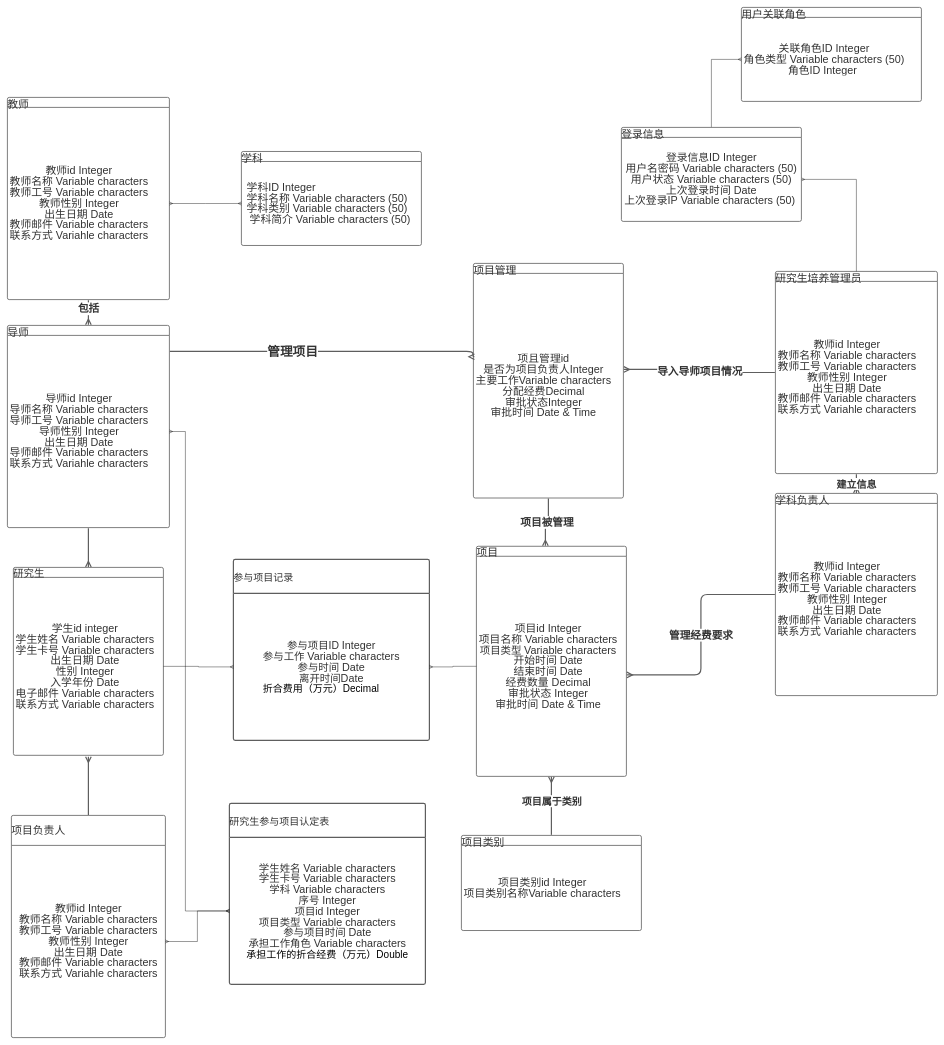
Earlier version of the draw.io diagram Untitled Diagram.drawio (fafaface/bmptool). Source tidied: cells renumbered, new cells numbered last; positions are measured from the earlier drawing's top-left corner, leaving out a move shared by most shapes. Both pictures are drawn from the tidied source at 40%, with x=0, y=0 at pixel (7, 7).
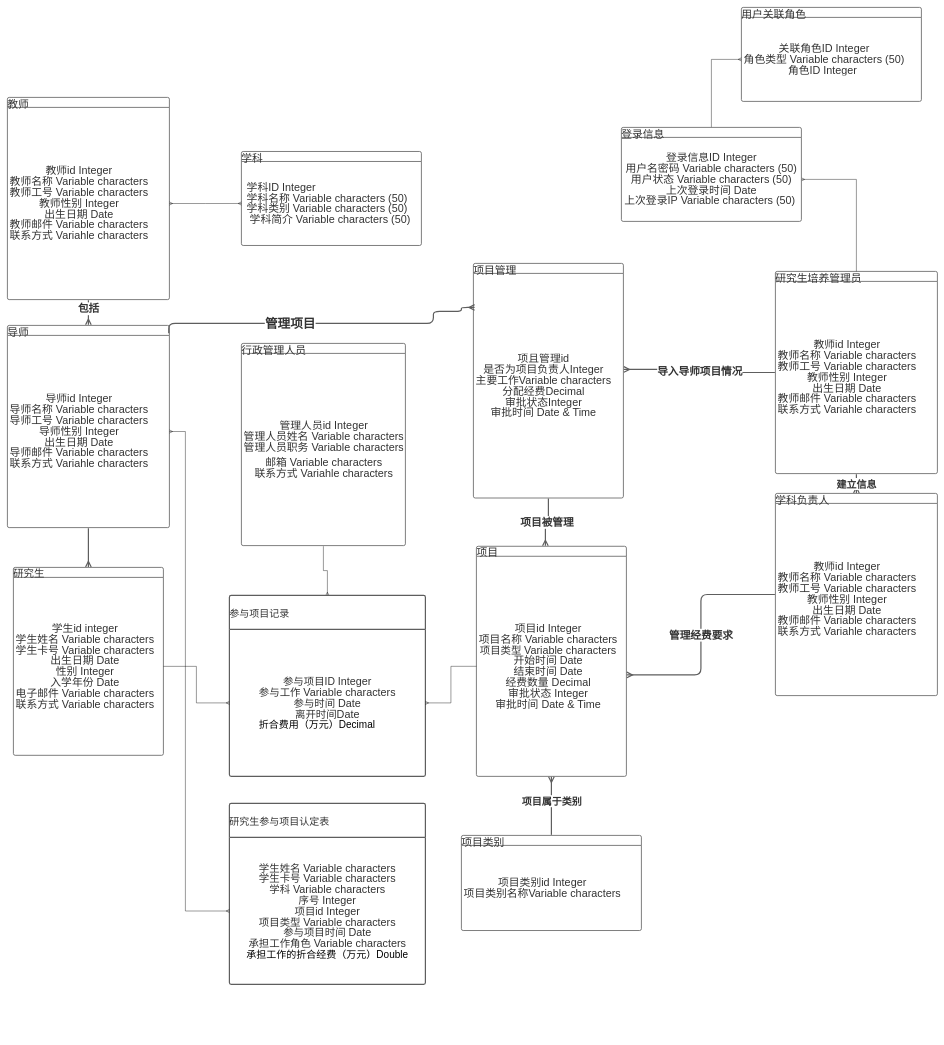
Above is the later version.

Unchanged cells that the change refers to:
```xml
<mxCell id="9" value="&lt;div style=&quot;display: flex; justify-content: center; text-align: center; align-items: baseline; font-size: 0; line-height: 1;&quot;&gt;&lt;span style=&quot;font-size:11px;&quot;&gt;&lt;span style=&quot;font-size:27px;color:#333333;&quot;&gt;项且管理id&#10;&lt;/span&gt;&lt;/span&gt;&lt;/div&gt;&lt;div style=&quot;display: flex; justify-content: center; text-align: center; align-items: baseline; font-size: 0; line-height: 1;&quot;&gt;&lt;span style=&quot;font-size:11px;&quot;&gt;&lt;span style=&quot;font-size:27px;color:#333333;&quot;&gt;是否为项目负责人Integer&#10;&lt;/span&gt;&lt;/span&gt;&lt;/div&gt;&lt;div style=&quot;display: flex; justify-content: center; text-align: center; align-items: baseline; font-size: 0; line-height: 1;&quot;&gt;&lt;span style=&quot;font-size:11px;&quot;&gt;&lt;span style=&quot;font-size:27px;color:#333333;&quot;&gt;主要工作Variable characters &#10;&lt;/span&gt;&lt;/span&gt;&lt;/div&gt;&lt;div style=&quot;display: flex; justify-content: center; text-align: center; align-items: baseline; font-size: 0; line-height: 1;&quot;&gt;&lt;span style=&quot;font-size:11px;&quot;&gt;&lt;span style=&quot;font-size:27px;color:#333333;&quot;&gt;分配经费Decimal&#10;&lt;/span&gt;&lt;/span&gt;&lt;/div&gt;&lt;div style=&quot;display: flex; justify-content: center; text-align: center; align-items: baseline; font-size: 0; line-height: 1;&quot;&gt;&lt;span style=&quot;font-size:11px;&quot;&gt;&lt;span style=&quot;font-size:27px;color:#333333;&quot;&gt;审批状态Integer &#10;&lt;/span&gt;&lt;/span&gt;&lt;/div&gt;&lt;div style=&quot;display: flex; justify-content: center; text-align: center; align-items: baseline; font-size: 0; line-height: 1;&quot;&gt;&lt;span style=&quot;font-size:11px;&quot;&gt;&lt;span style=&quot;font-size:27px;color:#333333;&quot;&gt;审批时间 Date &amp; Time&lt;/span&gt;&lt;/span&gt;&lt;/div&gt;" style="html=1;strokeColor=none;fillColor=none;align=left;verticalAlign=middle;spacingLeft=4;spacingRight=4;overflow=hidden;points=[[0,0.5],[1,0.5]];portConstraint=eastwest;swimlaneFillColor=#ffffff;strokeOpacity=100;fontSize=27;fontColor=#333333;" parent="8" vertex="1">
  <mxGeometry y="25" width="375" height="561.5" as="geometry" />
</mxCell>
<mxCell id="11" value="&lt;div style=&quot;display: flex; justify-content: center; text-align: center; align-items: baseline; font-size: 0; line-height: 1;&quot;&gt;&lt;span style=&quot;font-size:11px;&quot;&gt;&lt;span style=&quot;font-size:27px;color:#333333;&quot;&gt;学生id integer&#10;&lt;/span&gt;&lt;/span&gt;&lt;/div&gt;&lt;div style=&quot;display: flex; justify-content: center; text-align: center; align-items: baseline; font-size: 0; line-height: 1;&quot;&gt;&lt;span style=&quot;font-size:11px;&quot;&gt;&lt;span style=&quot;font-size:27px;color:#333333;&quot;&gt;学生姓名 Variable characters&#10;&lt;/span&gt;&lt;/span&gt;&lt;/div&gt;&lt;div style=&quot;display: flex; justify-content: center; text-align: center; align-items: baseline; font-size: 0; line-height: 1;&quot;&gt;&lt;span style=&quot;font-size:11px;&quot;&gt;&lt;span style=&quot;font-size:27px;color:#333333;&quot;&gt;学生卡号 Variable characters &#10;&lt;/span&gt;&lt;/span&gt;&lt;/div&gt;&lt;div style=&quot;display: flex; justify-content: center; text-align: center; align-items: baseline; font-size: 0; line-height: 1;&quot;&gt;&lt;span style=&quot;font-size:11px;&quot;&gt;&lt;span style=&quot;font-size:27px;color:#333333;&quot;&gt;出生日期 Date&#10;&lt;/span&gt;&lt;/span&gt;&lt;/div&gt;&lt;div style=&quot;display: flex; justify-content: center; text-align: center; align-items: baseline; font-size: 0; line-height: 1;&quot;&gt;&lt;span style=&quot;font-size:11px;&quot;&gt;&lt;span style=&quot;font-size:27px;color:#333333;&quot;&gt;性别 Integer&#10;&lt;/span&gt;&lt;/span&gt;&lt;/div&gt;&lt;div style=&quot;display: flex; justify-content: center; text-align: center; align-items: baseline; font-size: 0; line-height: 1;&quot;&gt;&lt;span style=&quot;font-size:11px;&quot;&gt;&lt;span style=&quot;font-size:27px;color:#333333;&quot;&gt;入学年份 Date&#10;&lt;/span&gt;&lt;/span&gt;&lt;/div&gt;&lt;div style=&quot;display: flex; justify-content: center; text-align: center; align-items: baseline; font-size: 0; line-height: 1;&quot;&gt;&lt;span style=&quot;font-size:11px;&quot;&gt;&lt;span style=&quot;font-size:27px;color:#333333;&quot;&gt;电子邮件 Variable characters&#10;&lt;/span&gt;&lt;/span&gt;&lt;/div&gt;&lt;div style=&quot;display: flex; justify-content: center; text-align: center; align-items: baseline; font-size: 0; line-height: 1;&quot;&gt;&lt;span style=&quot;font-size:11px;&quot;&gt;&lt;span style=&quot;font-size:27px;color:#333333;&quot;&gt;联系方式 Variable characters&lt;/span&gt;&lt;/span&gt;&lt;/div&gt;" style="html=1;strokeColor=none;fillColor=none;align=left;verticalAlign=middle;spacingLeft=4;spacingRight=4;overflow=hidden;points=[[0,0.5],[1,0.5]];portConstraint=eastwest;swimlaneFillColor=#ffffff;strokeOpacity=100;fontSize=27;fontColor=#333333;" parent="10" vertex="1">
  <mxGeometry y="25" width="375" height="444.8" as="geometry" />
</mxCell>
<mxCell id="20" value="&lt;div style=&quot;display: flex ; justify-content: center ; align-items: baseline ; font-size: 0px ; line-height: 1&quot;&gt;&lt;span style=&quot;font-size: 11px&quot;&gt;&lt;span style=&quot;font-size: 26px ; color: #333333 ; font-family: &amp;#34;liberation&amp;#34; serif&quot;&gt;学生姓名 &lt;/span&gt;&lt;span style=&quot;font-size: 27px ; color: #333333&quot;&gt;Variable characters&lt;/span&gt;&lt;span style=&quot;font-size: 26px ; color: #333333 ; font-family: &amp;#34;liberation&amp;#34; serif&quot;&gt;&lt;br&gt;&lt;/span&gt;&lt;/span&gt;&lt;/div&gt;&lt;div style=&quot;display: flex ; justify-content: center ; align-items: baseline ; font-size: 0px ; line-height: 1&quot;&gt;&lt;span style=&quot;font-size: 11px&quot;&gt;&lt;span style=&quot;font-size: 26px ; color: #333333 ; font-family: &amp;#34;liberation&amp;#34; serif&quot;&gt;学生卡号 &lt;/span&gt;&lt;span style=&quot;font-size: 27px ; color: #333333&quot;&gt;Variable characters&lt;/span&gt;&lt;span style=&quot;font-size: 26px ; color: #333333 ; font-family: &amp;#34;liberation&amp;#34; serif&quot;&gt;&lt;br&gt;&lt;/span&gt;&lt;/span&gt;&lt;/div&gt;&lt;div style=&quot;display: flex ; justify-content: center ; align-items: baseline ; font-size: 0px ; line-height: 1&quot;&gt;&lt;span style=&quot;font-size: 11px&quot;&gt;&lt;span style=&quot;font-size: 26px ; color: #333333 ; font-family: &amp;#34;liberation&amp;#34; serif&quot;&gt;学科 &lt;/span&gt;&lt;span style=&quot;font-size: 27px ; color: #333333&quot;&gt;Variable characters&lt;/span&gt;&lt;span style=&quot;font-size: 26px ; color: #333333 ; font-family: &amp;#34;liberation&amp;#34; serif&quot;&gt;&lt;br&gt;&lt;/span&gt;&lt;/span&gt;&lt;/div&gt;&lt;div style=&quot;display: flex ; justify-content: center ; align-items: baseline ; font-size: 0px ; line-height: 1&quot;&gt;&lt;span style=&quot;font-size: 11px&quot;&gt;&lt;span style=&quot;font-size: 26px ; color: #333333 ; font-family: &amp;#34;liberation&amp;#34; serif&quot;&gt;序号 &lt;/span&gt;&lt;span style=&quot;font-size: 27px ; color: #333333&quot;&gt; Integer&lt;/span&gt;&lt;span style=&quot;font-size: 26px ; color: #333333 ; font-family: &amp;#34;liberation&amp;#34; serif&quot;&gt;&lt;br&gt;&lt;/span&gt;&lt;/span&gt;&lt;/div&gt;&lt;div style=&quot;display: flex ; justify-content: center ; align-items: baseline ; font-size: 0px ; line-height: 1&quot;&gt;&lt;span style=&quot;font-size: 11px&quot;&gt;&lt;span style=&quot;font-size: 26px ; color: #333333 ; font-family: &amp;#34;liberation&amp;#34; serif&quot;&gt;项目id &lt;/span&gt;&lt;span style=&quot;font-size: 27px ; color: #333333&quot;&gt; Integer&lt;/span&gt;&lt;span style=&quot;font-size: 26px ; color: #333333 ; font-family: &amp;#34;liberation&amp;#34; serif&quot;&gt;&lt;br&gt;&lt;/span&gt;&lt;/span&gt;&lt;/div&gt;&lt;div style=&quot;display: flex ; justify-content: center ; align-items: baseline ; font-size: 0px ; line-height: 1&quot;&gt;&lt;span style=&quot;font-size: 11px&quot;&gt;&lt;span style=&quot;font-size: 26px ; color: #333333 ; font-family: &amp;#34;liberation&amp;#34; serif&quot;&gt;项目类型 &lt;/span&gt;&lt;span style=&quot;font-size: 27px ; color: #333333&quot;&gt;Variable characters&lt;/span&gt;&lt;span style=&quot;font-size: 26px ; color: #333333 ; font-family: &amp;#34;liberation&amp;#34; serif&quot;&gt;&lt;br&gt;&lt;/span&gt;&lt;/span&gt;&lt;/div&gt;&lt;div style=&quot;display: flex ; justify-content: center ; align-items: baseline ; font-size: 0px ; line-height: 1&quot;&gt;&lt;span style=&quot;font-size: 11px&quot;&gt;&lt;span style=&quot;font-size: 26px ; color: #333333 ; font-family: &amp;#34;liberation&amp;#34; serif&quot;&gt;参与项目时间 &lt;/span&gt;&lt;span style=&quot;font-size: 27px ; color: #333333&quot;&gt;Date&lt;/span&gt;&lt;span style=&quot;font-size: 26px ; color: #333333 ; font-family: &amp;#34;liberation&amp;#34; serif&quot;&gt;&lt;br&gt;&lt;/span&gt;&lt;/span&gt;&lt;/div&gt;&lt;div style=&quot;display: flex ; justify-content: center ; align-items: baseline ; font-size: 0px ; line-height: 1&quot;&gt;&lt;span style=&quot;font-size: 11px&quot;&gt;&lt;span style=&quot;font-size: 26px ; color: #333333 ; font-family: &amp;#34;liberation&amp;#34; serif&quot;&gt;承担工作角色 &lt;/span&gt;&lt;span style=&quot;font-size: 27px ; color: #333333&quot;&gt;Variable characters&lt;/span&gt;&lt;span style=&quot;font-size: 26px ; color: #333333 ; font-family: &amp;#34;liberation&amp;#34; serif&quot;&gt;&lt;br&gt;&lt;/span&gt;&lt;/span&gt;&lt;/div&gt;&lt;div style=&quot;display: flex ; justify-content: flex-start ; align-items: baseline ; font-size: 0px ; line-height: 1&quot;&gt;&lt;span style=&quot;font-size: 11px&quot;&gt;&lt;span style=&quot;font-size: 25px ; color: #000000&quot;&gt;承担工作的折合经费（万元）Double&lt;/span&gt;&lt;/span&gt;&lt;/div&gt;" style="html=1;strokeColor=none;fillColor=none;align=center;verticalAlign=middle;spacingLeft=4;spacingRight=4;overflow=hidden;points=[[0,0.5],[1,0.5]];portConstraint=eastwest;swimlaneFillColor=#ffffff;strokeOpacity=100;fontSize=26;fontColor=#333333;" parent="19" vertex="1">
  <mxGeometry y="85" width="490" height="367.5" as="geometry" />
</mxCell>
<mxCell id="23" value="导师" style="html=1;overflow=block;blockSpacing=1;whiteSpace=wrap;swimlane;horizontal=1;fontStyle=0;swimlaneFillColor=#ffffff;startSize=25;whiteSpace=wrap;fontSize=27;fontColor=#333333;whiteSpace=wrap;align=left;spacing=0;strokeColor=#5e5e5e;strokeOpacity=100;rounded=1;absoluteArcSize=1;arcSize=9;strokeWidth=2;" parent="1" vertex="1">
  <mxGeometry y="795" width="405" height="505.5" as="geometry" />
</mxCell>
```

The edit, as a diff of the source:
```diff
@@
-    <mxCell id="25" style="html=1;jettySize=18;whiteSpace=wrap;fontSize=11;strokeColor=#5E5E5E;strokeWidth=3;rounded=1;arcSize=32;edgeStyle=orthogonalEdgeStyle;startArrow=none;endArrow=ERmany;endSize=10;exitX=1.003;exitY=0.128;exitPerimeter=0;entryX=0.007;entryY=0.371;entryPerimeter=0;entryDx=0;entryDy=0;" parent="1" edge="1" source="23" target="9">
+    <mxCell id="25" style="html=1;jettySize=18;whiteSpace=wrap;fontSize=11;strokeColor=#5E5E5E;strokeWidth=3;rounded=1;arcSize=32;edgeStyle=orthogonalEdgeStyle;startArrow=none;endArrow=ERmany;endSize=10;exitX=0.996;exitY=0.039;exitPerimeter=0;exitDx=0;exitDy=0;" parent="1" edge="1" source="23">
       <mxGeometry relative="1" as="geometry">
+        <mxPoint x="1168" y="750" as="targetPoint" />
         <Array as="points">
-          <mxPoint x="1164" y="860" />
-          <mxPoint x="1164" y="873" />
+          <mxPoint x="403" y="790" />
+          <mxPoint x="1065" y="790" />
+          <mxPoint x="1065" y="760" />
+          <mxPoint x="1135" y="760" />
+          <mxPoint x="1135" y="750" />
         </Array>
       </mxGeometry>
     </mxCell>
@@
-    <mxCell id="29" value="项目负责人" style="html=1;overflow=block;blockSpacing=1;whiteSpace=wrap;swimlane;horizontal=1;fontStyle=0;swimlaneFillColor=#ffffff;startSize=75;whiteSpace=wrap;fontSize=27;fontColor=#333333;whiteSpace=wrap;align=left;spacing=0;strokeColor=#5e5e5e;strokeOpacity=100;rounded=1;absoluteArcSize=1;arcSize=9;strokeWidth=2;" parent="1" vertex="1">
-      <mxGeometry x="10" y="2020" width="385" height="555.5" as="geometry" />
-    </mxCell>
-    <mxCell id="30" value="&lt;div style=&quot;display: flex ; justify-content: center ; align-items: baseline ; font-size: 0px ; line-height: 1&quot;&gt;&lt;span style=&quot;font-size: 11px&quot;&gt;&lt;span style=&quot;font-size: 27px ; color: #333333&quot;&gt;教师id Integer&lt;br&gt;&lt;/span&gt;&lt;/span&gt;&lt;/div&gt;&lt;div style=&quot;display: flex ; justify-content: center ; align-items: baseline ; font-size: 0px ; line-height: 1&quot;&gt;&lt;span style=&quot;font-size: 11px&quot;&gt;&lt;span style=&quot;font-size: 27px ; color: #333333&quot;&gt;教师名称 Variable characters &lt;br&gt;&lt;/span&gt;&lt;/span&gt;&lt;/div&gt;&lt;div style=&quot;display: flex ; justify-content: center ; align-items: baseline ; font-size: 0px ; line-height: 1&quot;&gt;&lt;span style=&quot;font-size: 11px&quot;&gt;&lt;span style=&quot;font-size: 27px ; color: #333333&quot;&gt;教师工号 Variable characters &lt;br&gt;&lt;/span&gt;&lt;/span&gt;&lt;/div&gt;&lt;div style=&quot;display: flex ; justify-content: center ; align-items: baseline ; font-size: 0px ; line-height: 1&quot;&gt;&lt;span style=&quot;font-size: 11px&quot;&gt;&lt;span style=&quot;font-size: 27px ; color: #333333&quot;&gt;教师性别 Integer&lt;br&gt;&lt;/span&gt;&lt;/span&gt;&lt;/div&gt;&lt;div style=&quot;display: flex ; justify-content: center ; align-items: baseline ; font-size: 0px ; line-height: 1&quot;&gt;&lt;span style=&quot;font-size: 11px&quot;&gt;&lt;span style=&quot;font-size: 27px ; color: #333333&quot;&gt;出生日期 Date&lt;br&gt;&lt;/span&gt;&lt;/span&gt;&lt;/div&gt;&lt;div style=&quot;display: flex ; justify-content: center ; align-items: baseline ; font-size: 0px ; line-height: 1&quot;&gt;&lt;span style=&quot;font-size: 11px&quot;&gt;&lt;span style=&quot;font-size: 27px ; color: #333333&quot;&gt;教师邮件 Variable characters&lt;br&gt;&lt;/span&gt;&lt;/span&gt;&lt;/div&gt;&lt;div style=&quot;display: flex ; justify-content: center ; align-items: baseline ; font-size: 0px ; line-height: 1&quot;&gt;&lt;span style=&quot;font-size: 11px&quot;&gt;&lt;span style=&quot;font-size: 27px ; color: #333333&quot;&gt;联系方式 Variahle characters &lt;/span&gt;&lt;/span&gt;&lt;/div&gt;" style="html=1;strokeColor=none;fillColor=none;align=center;verticalAlign=middle;spacingLeft=4;spacingRight=4;overflow=hidden;points=[[0,0.5],[1,0.5]];portConstraint=eastwest;swimlaneFillColor=#ffffff;strokeOpacity=100;fontSize=27;fontColor=#333333;" parent="29" vertex="1">
-      <mxGeometry y="75" width="385" height="480.5" as="geometry" />
-    </mxCell>
@@
-    <mxCell id="35" style="html=1;jettySize=18;whiteSpace=wrap;fontSize=11;strokeColor=#5E5E5E;strokeWidth=3;rounded=1;arcSize=32;edgeStyle=orthogonalEdgeStyle;startArrow=none;endArrow=ERmany;endSize=10;exitX=0.5;exitY=-0.002;exitPerimeter=0;entryX=0.5;entryY=1.008;entryDx=0;entryDy=0;entryPerimeter=0;" parent="1" edge="1" source="29" target="11">
-      <mxGeometry relative="1" as="geometry">
-        <Array as="points">
-          <mxPoint x="203" y="1945" />
-          <mxPoint x="203" y="1873" />
-        </Array>
-      </mxGeometry>
-    </mxCell>
@@
-    <mxCell id="47" style="edgeStyle=orthogonalEdgeStyle;rounded=0;jettySize=auto;html=1;exitX=1;exitY=0.5;exitDx=0;exitDy=0;startArrow=ERmany;startFill=0;endArrow=ERmany;endFill=0;" parent="1" edge="1" source="30" target="20">
-      <mxGeometry relative="1" as="geometry" />
-    </mxCell>
@@
+    <mxCell id="53" style="edgeStyle=orthogonalEdgeStyle;rounded=0;jettySize=auto;html=1;exitX=0.5;exitY=0;exitDx=0;exitDy=0;entryX=0.5;entryY=1.003;entryDx=0;entryDy=0;entryPerimeter=0;startArrow=ERmany;startFill=0;endArrow=none;endFill=0;" parent="1" edge="1" source="49" target="55">
+      <mxGeometry relative="1" as="geometry">
+        <Array as="points">
+          <mxPoint x="800" y="1408" />
+          <mxPoint x="790" y="1408" />
+        </Array>
+      </mxGeometry>
+    </mxCell>
     <mxCell id="49" value="参与项目记录" style="html=1;overflow=block;blockSpacing=1;whiteSpace=wrap;swimlane;horizontal=1;fontStyle=0;swimlaneFillColor=#ffffff;startSize=85;whiteSpace=wrap;fontSize=25;fontFamily=Open Sans;fontColor=#333333;whiteSpace=wrap;align=left;spacing=0;strokeColor=#5e5e5e;strokeOpacity=100;rounded=1;absoluteArcSize=1;arcSize=9;strokeWidth=3;" parent="1" vertex="1">
-      <mxGeometry x="565" y="1380" width="490" height="452.5" as="geometry" />
+      <mxGeometry x="555" y="1470" width="490" height="452.5" as="geometry" />
     </mxCell>
@@
+    <mxCell id="54" value="行政管理人员" style="html=1;overflow=block;blockSpacing=1;whiteSpace=wrap;swimlane;horizontal=1;fontStyle=0;swimlaneFillColor=#ffffff;startSize=25;whiteSpace=wrap;fontSize=27;fontColor=#333333;whiteSpace=wrap;align=left;spacing=0;strokeColor=#5e5e5e;strokeOpacity=100;rounded=1;absoluteArcSize=1;arcSize=9;strokeWidth=2;" parent="1" vertex="1">
+      <mxGeometry x="585" y="840" width="410" height="505.5" as="geometry" />
+    </mxCell>
+    <mxCell id="55" value="&lt;div style=&quot;display: flex ; justify-content: center ; text-align: center ; align-items: baseline ; font-size: 0 ; line-height: 1&quot;&gt;&lt;span style=&quot;font-size: 11px&quot;&gt;&lt;span style=&quot;font-size: 27px ; color: #333333&quot;&gt;管理人员id Integer&lt;br&gt;&lt;/span&gt;&lt;/span&gt;&lt;/div&gt;&lt;div style=&quot;display: flex ; justify-content: center ; text-align: center ; align-items: baseline ; font-size: 0 ; line-height: 1&quot;&gt;&lt;span style=&quot;font-size: 11px&quot;&gt;&lt;span style=&quot;font-size: 27px ; color: #333333&quot;&gt;管理人员姓名 Variable characters &lt;br&gt;&lt;/span&gt;&lt;/span&gt;&lt;/div&gt;&lt;div style=&quot;display: flex ; justify-content: center ; text-align: center ; align-items: baseline ; font-size: 0 ; line-height: 1&quot;&gt;&lt;span style=&quot;font-size: 11px&quot;&gt;&lt;span style=&quot;font-size: 27px ; color: #333333&quot;&gt;管理人员职务 Variable characters &lt;br&gt;&lt;/span&gt;&lt;/span&gt;&lt;/div&gt;&lt;div style=&quot;display: flex ; justify-content: center ; text-align: center ; align-items: baseline ; font-size: 0 ; line-height: 1&quot;&gt;&lt;span style=&quot;font-size: 11px&quot;&gt;&lt;br&gt;&lt;/span&gt;&lt;/div&gt;&lt;div style=&quot;display: flex ; justify-content: center ; text-align: center ; align-items: baseline ; font-size: 0 ; line-height: 1&quot;&gt;&lt;span style=&quot;font-size: 11px&quot;&gt;&lt;span style=&quot;font-size: 27px ; color: #333333&quot;&gt;邮箱 Variable characters&lt;br&gt;&lt;/span&gt;&lt;/span&gt;&lt;/div&gt;&lt;div style=&quot;display: flex ; justify-content: center ; text-align: center ; align-items: baseline ; font-size: 0 ; line-height: 1&quot;&gt;&lt;span style=&quot;font-size: 11px&quot;&gt;&lt;span style=&quot;font-size: 27px ; color: #333333&quot;&gt;联系方式 Variahle characters &lt;/span&gt;&lt;/span&gt;&lt;/div&gt;" style="html=1;strokeColor=none;fillColor=none;align=left;verticalAlign=middle;spacingLeft=4;spacingRight=4;overflow=hidden;points=[[0,0.5],[1,0.5]];portConstraint=eastwest;swimlaneFillColor=#ffffff;strokeOpacity=100;fontSize=27;fontColor=#333333;" parent="54" vertex="1">
+      <mxGeometry y="25" width="410" height="480.5" as="geometry" />
+    </mxCell>
```
